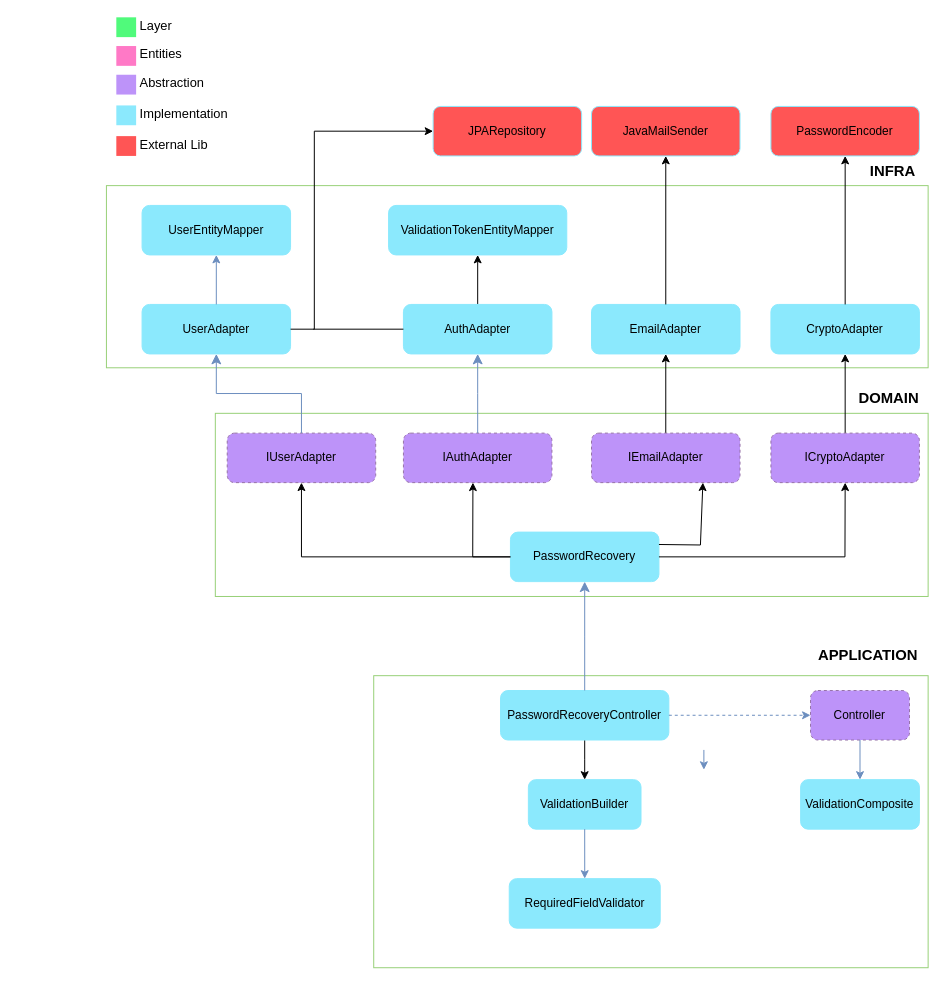
The draw.io diagram docs/useCases/passwordRecovery/passwordRecovery.drawio in gervasioartur/walletwise-api, before the edit. Source tidied: cells renumbered, new cells numbered last; positions are measured from the earlier drawing's top-left corner, leaving out a move shared by most shapes. Both pictures are drawn from the tidied source at 99%, with x=0, y=0 at pixel (106, 17).
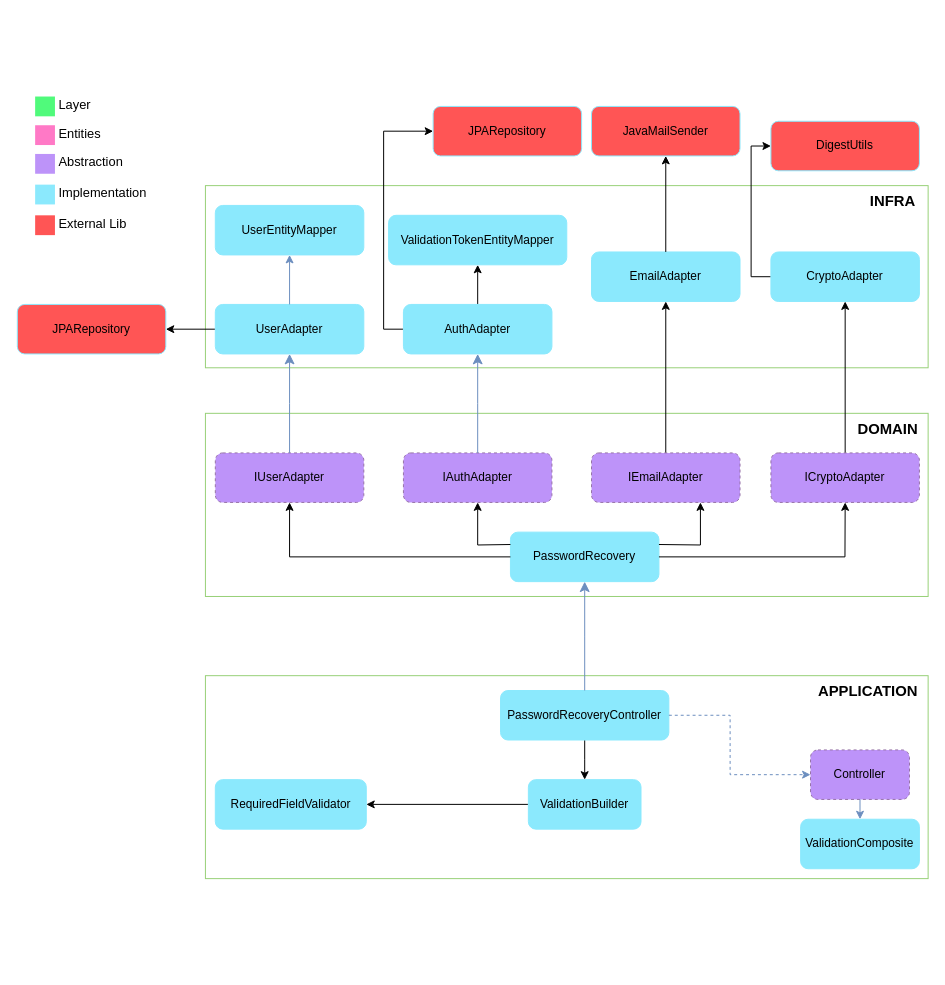
The same page after the edit.

Unchanged cells that the change refers to:
```xml
<mxCell id="6" value="PasswordRecoveryController" style="rounded=1;whiteSpace=wrap;html=1;strokeColor=#8BE9FD;fillColor=#8BE9FD;" parent="1" vertex="1">
  <mxGeometry x="398.1" y="680" width="170" height="50" as="geometry" />
</mxCell>
<mxCell id="10" value="PasswordRecovery" style="rounded=1;whiteSpace=wrap;html=1;strokeColor=#8BE9FD;fillColor=#8BE9FD;" parent="1" vertex="1">
  <mxGeometry x="408.1" y="520" width="150" height="50" as="geometry" />
</mxCell>
<mxCell id="28" value="ValidationBuilder" style="rounded=1;whiteSpace=wrap;html=1;strokeColor=#8BE9FD;fillColor=#8BE9FD;" parent="1" vertex="1">
  <mxGeometry x="426.2" y="770" width="113.8" height="50" as="geometry" />
</mxCell>
<mxCell id="34" value="JPARepository" style="rounded=1;whiteSpace=wrap;html=1;strokeColor=#8BE9FD;fillColor=#FF5555;" parent="1" vertex="1">
  <mxGeometry x="330" y="90" width="150" height="50" as="geometry" />
</mxCell>
<mxCell id="38" value="AuthAdapter" style="rounded=1;whiteSpace=wrap;html=1;strokeColor=#8BE9FD;fillColor=#8BE9FD;" parent="1" vertex="1">
  <mxGeometry x="300" y="290" width="150" height="50" as="geometry" />
</mxCell>
```

Change to the diagram source:
```diff
@@
-    <mxCell id="2" style="rounded=0;whiteSpace=wrap;html=1;strokeColor=#97D077;fillColor=default;" parent="1" vertex="1">
-      <mxGeometry x="270" y="665" width="560" height="295" as="geometry" />
+    <mxCell id="2" style="rounded=0;whiteSpace=wrap;html=1;strokeColor=#97D077;fillColor=none;" parent="1" vertex="1">
+      <mxGeometry x="100" y="665" width="730" height="205" as="geometry" />
     </mxCell>
     <mxCell id="3" value="Controller" style="rounded=1;whiteSpace=wrap;html=1;strokeColor=#9673a6;fillColor=#BD93F9;dashed=1;" parent="1" vertex="1">
-      <mxGeometry x="711.2" y="680" width="100" height="50" as="geometry" />
+      <mxGeometry x="711.2" y="740" width="100" height="50" as="geometry" />
     </mxCell>
     <mxCell id="4" value="ValidationComposite" style="rounded=1;whiteSpace=wrap;html=1;strokeColor=#8BE9FD;fillColor=#8BE9FD;" parent="1" vertex="1">
-      <mxGeometry x="701.2" y="770" width="120" height="50" as="geometry" />
+      <mxGeometry x="701.2" y="810" width="120" height="50" as="geometry" />
     </mxCell>
@@
     <mxCell id="7" value="&lt;span style=&quot;font-size: 15px;&quot;&gt;&lt;b&gt;APPLICATION&lt;br&gt;&lt;/b&gt;&lt;/span&gt;" style="text;html=1;align=center;verticalAlign=middle;strokeColor=none;fillColor=none;" parent="1" vertex="1">
-      <mxGeometry x="709" y="629" width="120" height="30" as="geometry" />
+      <mxGeometry x="709" y="665" width="120" height="30" as="geometry" />
     </mxCell>
-    <mxCell id="8" style="rounded=0;whiteSpace=wrap;html=1;strokeColor=#97D077;fillColor=default;" parent="1" vertex="1">
-      <mxGeometry x="110" y="400" width="720" height="185" as="geometry" />
+    <mxCell id="8" style="rounded=0;whiteSpace=wrap;html=1;strokeColor=#97D077;fillColor=none;" parent="1" vertex="1">
+      <mxGeometry x="100" y="400" width="730" height="185" as="geometry" />
     </mxCell>
     <mxCell id="9" value="&lt;span style=&quot;font-size: 15px;&quot;&gt;&lt;b&gt;DOMAIN&lt;/b&gt;&lt;/span&gt;" style="text;html=1;align=center;verticalAlign=middle;strokeColor=none;fillColor=none;" parent="1" vertex="1">
-      <mxGeometry x="750" y="369" width="80" height="30" as="geometry" />
+      <mxGeometry x="749" y="400" width="80" height="30" as="geometry" />
     </mxCell>
@@
     <mxCell id="11" style="rounded=0;whiteSpace=wrap;html=1;strokeColor=none;strokeWidth=3;fillColor=#FF79C6;fontSize=13;fontColor=#F8F8F2;align=right;" parent="1" vertex="1">
-      <mxGeometry x="10" y="29" width="20" height="20" as="geometry" />
+      <mxGeometry x="-72" y="109" width="20" height="20" as="geometry" />
     </mxCell>
     <mxCell id="12" value="&lt;font color=&quot;#000000&quot;&gt;Entities&lt;/font&gt;" style="text;html=1;align=left;verticalAlign=middle;spacingTop=-4;fontSize=13;fontColor=#F8F8F2;" parent="1" vertex="1">
-      <mxGeometry x="32" y="29" width="70" height="20" as="geometry" />
+      <mxGeometry x="-50" y="109" width="70" height="20" as="geometry" />
     </mxCell>
     <mxCell id="13" style="rounded=0;whiteSpace=wrap;html=1;strokeColor=none;strokeWidth=3;fillColor=#BD93F9;fontSize=13;fontColor=#F8F8F2;align=right;" parent="1" vertex="1">
-      <mxGeometry x="10" y="58" width="20" height="20" as="geometry" />
+      <mxGeometry x="-72" y="138" width="20" height="20" as="geometry" />
     </mxCell>
     <mxCell id="14" value="&lt;font color=&quot;#000000&quot;&gt;Abstraction&lt;/font&gt;" style="text;html=1;align=left;verticalAlign=middle;spacingTop=-4;fontSize=13;fontColor=#F8F8F2;" parent="1" vertex="1">
-      <mxGeometry x="32" y="58" width="90" height="20" as="geometry" />
+      <mxGeometry x="-50" y="138" width="90" height="20" as="geometry" />
     </mxCell>
     <mxCell id="15" style="rounded=0;whiteSpace=wrap;html=1;strokeColor=none;strokeWidth=3;fillColor=#8BE9FD;fontSize=13;fontColor=#F8F8F2;align=right;" parent="1" vertex="1">
-      <mxGeometry x="10" y="89" width="20" height="20" as="geometry" />
+      <mxGeometry x="-72" y="169" width="20" height="20" as="geometry" />
     </mxCell>
     <mxCell id="16" value="&lt;font color=&quot;#000000&quot;&gt;Implementation&lt;/font&gt;" style="text;html=1;align=left;verticalAlign=middle;spacingTop=-4;fontSize=13;fontColor=#F8F8F2;" parent="1" vertex="1">
-      <mxGeometry x="32" y="89" width="110" height="20" as="geometry" />
+      <mxGeometry x="-50" y="169" width="110" height="20" as="geometry" />
     </mxCell>
     <mxCell id="17" style="rounded=0;whiteSpace=wrap;html=1;strokeColor=none;strokeWidth=3;fillColor=#50FA7B;fontSize=13;fontColor=#F8F8F2;align=right;" parent="1" vertex="1">
-      <mxGeometry x="10" width="20" height="20" as="geometry" />
+      <mxGeometry x="-72" y="80" width="20" height="20" as="geometry" />
     </mxCell>
     <mxCell id="18" value="&lt;font color=&quot;#000000&quot;&gt;Layer&lt;/font&gt;" style="text;html=1;align=left;verticalAlign=middle;spacingTop=-4;fontSize=13;fontColor=#F8F8F2;strokeColor=none;" parent="1" vertex="1">
-      <mxGeometry x="32" width="60" height="20" as="geometry" />
+      <mxGeometry x="-50" y="80" width="60" height="20" as="geometry" />
     </mxCell>
     <mxCell id="19" style="rounded=0;whiteSpace=wrap;html=1;strokeColor=none;strokeWidth=3;fillColor=#FF5555;fontSize=13;fontColor=#F8F8F2;align=right;" parent="1" vertex="1">
-      <mxGeometry x="10" y="120" width="20" height="20" as="geometry" />
+      <mxGeometry x="-72" y="200" width="20" height="20" as="geometry" />
     </mxCell>
     <mxCell id="20" value="&lt;font color=&quot;#000000&quot;&gt;External Lib&lt;/font&gt;" style="text;html=1;align=left;verticalAlign=middle;spacingTop=-4;fontSize=13;fontColor=#F8F8F2;" parent="1" vertex="1">
-      <mxGeometry x="32" y="120" width="90" height="20" as="geometry" />
+      <mxGeometry x="-50" y="200" width="90" height="20" as="geometry" />
     </mxCell>
     <mxCell id="21" value="IUserAdapter" style="rounded=1;whiteSpace=wrap;html=1;strokeColor=#9673a6;fillColor=#BD93F9;dashed=1;" parent="1" vertex="1">
-      <mxGeometry x="122" y="420" width="150" height="50" as="geometry" />
+      <mxGeometry x="110" y="440" width="150" height="50" as="geometry" />
     </mxCell>
     <mxCell id="22" style="rounded=0;whiteSpace=wrap;html=1;strokeColor=#97D077;fillColor=default;" parent="1" vertex="1">
-      <mxGeometry y="170" width="830" height="184" as="geometry" />
+      <mxGeometry x="100" y="170" width="730" height="184" as="geometry" />
     </mxCell>
@@
+    <mxCell id="59" style="edgeStyle=orthogonalEdgeStyle;rounded=0;jettySize=auto;html=1;" parent="1" edge="1" source="24" target="62">
+      <mxGeometry relative="1" as="geometry" />
+    </mxCell>
     <mxCell id="24" value="UserAdapter" style="rounded=1;whiteSpace=wrap;html=1;strokeColor=#8BE9FD;fillColor=#8BE9FD;" parent="1" vertex="1">
-      <mxGeometry x="36" y="290" width="150" height="50" as="geometry" />
+      <mxGeometry x="110" y="290" width="150" height="50" as="geometry" />
     </mxCell>
     <mxCell id="25" value="&lt;b style=&quot;border-color: var(--border-color);&quot;&gt;&lt;font style=&quot;border-color: var(--border-color); font-size: 15px;&quot;&gt;INFRA&lt;br&gt;&lt;/font&gt;&lt;/b&gt;" style="text;html=1;align=center;verticalAlign=middle;strokeColor=none;fillColor=none;" parent="1" vertex="1">
-      <mxGeometry x="759" y="140" width="70" height="30" as="geometry" />
+      <mxGeometry x="759" y="170" width="70" height="30" as="geometry" />
     </mxCell>
     <mxCell id="26" value="UserEntityMapper" style="rounded=1;whiteSpace=wrap;html=1;strokeColor=#8BE9FD;fillColor=#8BE9FD;" parent="1" vertex="1">
-      <mxGeometry x="36" y="190" width="150" height="50" as="geometry" />
+      <mxGeometry x="110" y="190" width="150" height="50" as="geometry" />
     </mxCell>
@@
+    <mxCell id="35" style="edgeStyle=orthogonalEdgeStyle;rounded=0;jettySize=auto;html=1;entryX=1;entryY=0.5;entryDx=0;entryDy=0;" parent="1" edge="1" source="28" target="29">
+      <mxGeometry relative="1" as="geometry" />
+    </mxCell>
@@
     <mxCell id="29" value="RequiredFieldValidator" style="rounded=1;whiteSpace=wrap;html=1;strokeColor=#8BE9FD;fillColor=#8BE9FD;" parent="1" vertex="1">
-      <mxGeometry x="406.9" y="870" width="152.5" height="50" as="geometry" />
+      <mxGeometry x="110" y="770" width="152.5" height="50" as="geometry" />
     </mxCell>
     <mxCell id="30" style="endArrow=classic;html=1;rounded=0;exitX=1;exitY=0.5;exitDx=0;exitDy=0;entryX=0;entryY=0.5;entryDx=0;entryDy=0;dashed=1;fillColor=#dae8fc;strokeColor=#6c8ebf;" parent="1" edge="1" source="6" target="3">
-      <mxGeometry relative="1" as="geometry" />
+      <mxGeometry relative="1" as="geometry">
+        <Array as="points">
+          <mxPoint x="630" y="705" />
+          <mxPoint x="630" y="765" />
+        </Array>
+      </mxGeometry>
     </mxCell>
@@
-    <mxCell id="32" style="endArrow=classic;html=1;rounded=0;exitX=0.5;exitY=1;exitDx=0;exitDy=0;entryX=0.5;entryY=0;entryDx=0;entryDy=0;fillColor=#dae8fc;strokeColor=#6c8ebf;" parent="1" edge="1">
-      <mxGeometry relative="1" as="geometry">
-        <mxPoint x="603.5" y="740" as="sourcePoint" />
-        <mxPoint x="603.5" y="760" as="targetPoint" />
-      </mxGeometry>
-    </mxCell>
@@
-    <mxCell id="35" style="endArrow=classic;html=1;rounded=0;exitX=0.5;exitY=1;exitDx=0;exitDy=0;entryX=0.5;entryY=0;entryDx=0;entryDy=0;fillColor=#dae8fc;strokeColor=#6c8ebf;" parent="1" edge="1" source="28" target="29">
-      <mxGeometry relative="1" as="geometry" />
-    </mxCell>
     <mxCell id="36" value="IAuthAdapter" style="rounded=1;whiteSpace=wrap;html=1;strokeColor=#9673a6;fillColor=#BD93F9;dashed=1;" parent="1" vertex="1">
-      <mxGeometry x="300" y="420" width="150" height="50" as="geometry" />
+      <mxGeometry x="300" y="440" width="150" height="50" as="geometry" />
     </mxCell>
@@
+    <mxCell id="60" style="edgeStyle=orthogonalEdgeStyle;rounded=0;jettySize=auto;html=1;entryX=0;entryY=0.5;entryDx=0;entryDy=0;exitX=0;exitY=0.5;exitDx=0;exitDy=0;" parent="1" edge="1" source="38" target="34">
+      <mxGeometry relative="1" as="geometry" />
+    </mxCell>
@@
     <mxCell id="43" value="ICryptoAdapter" style="rounded=1;whiteSpace=wrap;html=1;strokeColor=#9673a6;fillColor=#BD93F9;dashed=1;" parent="1" vertex="1">
-      <mxGeometry x="671.2" y="420" width="150" height="50" as="geometry" />
+      <mxGeometry x="671.2" y="440" width="150" height="50" as="geometry" />
     </mxCell>
-    <mxCell id="44" style="endArrow=none;html=1;rounded=0;exitX=0;exitY=0.5;exitDx=0;exitDy=0;" parent="1" edge="1" source="38">
-      <mxGeometry relative="1" as="geometry">
-        <mxPoint x="209" y="315" as="targetPoint" />
-      </mxGeometry>
-    </mxCell>
     <mxCell id="45" value="ValidationTokenEntityMapper" style="rounded=1;whiteSpace=wrap;html=1;strokeColor=#8BE9FD;fillColor=#8BE9FD;" parent="1" vertex="1">
-      <mxGeometry x="285" y="190" width="180" height="50" as="geometry" />
+      <mxGeometry x="285" y="200" width="180" height="50" as="geometry" />
     </mxCell>
+    <mxCell id="61" style="edgeStyle=orthogonalEdgeStyle;rounded=0;jettySize=auto;html=1;entryX=0;entryY=0.5;entryDx=0;entryDy=0;exitX=0;exitY=0.5;exitDx=0;exitDy=0;" parent="1" edge="1" source="46" target="63">
+      <mxGeometry relative="1" as="geometry" />
+    </mxCell>
     <mxCell id="46" value="CryptoAdapter" style="rounded=1;whiteSpace=wrap;html=1;strokeColor=#8BE9FD;fillColor=#8BE9FD;" parent="1" vertex="1">
-      <mxGeometry x="671.2" y="290" width="150" height="50" as="geometry" />
+      <mxGeometry x="671.2" y="237" width="150" height="50" as="geometry" />
     </mxCell>
-    <mxCell id="47" style="endArrow=classic;html=1;rounded=0;entryX=0;entryY=0.5;entryDx=0;entryDy=0;exitX=1;exitY=0.5;exitDx=0;exitDy=0;" parent="1" edge="1" source="24" target="34">
-      <mxGeometry relative="1" as="geometry">
-        <Array as="points">
-          <mxPoint x="210" y="315" />
-          <mxPoint x="210" y="115" />
-        </Array>
-      </mxGeometry>
-    </mxCell>
-    <mxCell id="48" value="PasswordEncoder" style="rounded=1;whiteSpace=wrap;html=1;strokeColor=#8BE9FD;fillColor=#FF5555;" parent="1" vertex="1">
-      <mxGeometry x="671.2" y="90" width="150" height="50" as="geometry" />
-    </mxCell>
-    <mxCell id="49" style="endArrow=classic;html=1;rounded=0;exitX=0.5;exitY=0;exitDx=0;exitDy=0;entryX=0.5;entryY=1;entryDx=0;entryDy=0;" parent="1" edge="1" source="46" target="48">
-      <mxGeometry relative="1" as="geometry" />
-    </mxCell>
     <mxCell id="50" value="EmailAdapter" style="rounded=1;whiteSpace=wrap;html=1;strokeColor=#8BE9FD;fillColor=#8BE9FD;" parent="1" vertex="1">
-      <mxGeometry x="490" y="290" width="150" height="50" as="geometry" />
+      <mxGeometry x="490" y="237" width="150" height="50" as="geometry" />
     </mxCell>
@@
     <mxCell id="52" value="IEmailAdapter" style="rounded=1;whiteSpace=wrap;html=1;strokeColor=#9673a6;fillColor=#BD93F9;dashed=1;" parent="1" vertex="1">
-      <mxGeometry x="490" y="420" width="150" height="50" as="geometry" />
+      <mxGeometry x="490" y="440" width="150" height="50" as="geometry" />
     </mxCell>
@@
     <mxCell id="55" style="endArrow=classic;html=1;rounded=0;exitX=0;exitY=0.5;exitDx=0;exitDy=0;entryX=0.5;entryY=1;entryDx=0;entryDy=0;" parent="1" edge="1" source="10" target="21">
       <mxGeometry relative="1" as="geometry">
         <Array as="points">
-          <mxPoint x="197" y="545" />
+          <mxPoint x="185" y="545" />
         </Array>
       </mxGeometry>
     </mxCell>
-    <mxCell id="56" style="endArrow=classic;html=1;rounded=0;entryX=0.468;entryY=1.008;entryDx=0;entryDy=0;entryPerimeter=0;exitX=0;exitY=0.5;exitDx=0;exitDy=0;" parent="1" edge="1" source="10">
+    <mxCell id="56" style="endArrow=classic;html=1;rounded=0;exitX=0;exitY=0.25;exitDx=0;exitDy=0;entryX=0.5;entryY=1;entryDx=0;entryDy=0;" parent="1" edge="1" source="10" target="36">
       <mxGeometry relative="1" as="geometry">
-        <mxPoint x="370.2" y="470" as="targetPoint" />
         <Array as="points">
-          <mxPoint x="370" y="545" />
+          <mxPoint x="375" y="533" />
         </Array>
       </mxGeometry>
     </mxCell>
@@
-    <mxCell id="58" style="endArrow=classic;html=1;rounded=0;exitX=1;exitY=0.25;exitDx=0;exitDy=0;entryX=0.75;entryY=1;entryDx=0;entryDy=0;" parent="1" edge="1" source="10" target="52">
+    <mxCell id="58" style="endArrow=classic;html=1;rounded=0;exitX=1;exitY=0.25;exitDx=0;exitDy=0;" parent="1" edge="1" source="10">
       <mxGeometry relative="1" as="geometry">
+        <mxPoint x="600" y="490" as="targetPoint" />
         <Array as="points">
           <mxPoint x="600" y="533" />
         </Array>
       </mxGeometry>
     </mxCell>
+    <mxCell id="62" value="JPARepository" style="rounded=1;whiteSpace=wrap;html=1;strokeColor=#8BE9FD;fillColor=#FF5555;" parent="1" vertex="1">
+      <mxGeometry x="-90" y="290" width="150" height="50" as="geometry" />
+    </mxCell>
+    <mxCell id="63" value="DigestUtils" style="rounded=1;whiteSpace=wrap;html=1;strokeColor=#8BE9FD;fillColor=#FF5555;" parent="1" vertex="1">
+      <mxGeometry x="671.2" y="105" width="150" height="50" as="geometry" />
+    </mxCell>
```
